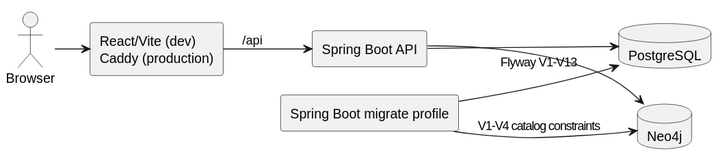
SEP490-Fall-2026-GFA26SE64/SEP490 keeps this PlantUML diagram as documents/diagrams/runtime-topology.svg. Above is the earlier version. Source of this version:
```plantuml
@startuml
!pragma layout smetana
left to right direction
skinparam componentStyle rectangle
skinparam shadowing false

actor Browser
component "React/Vite (dev)\nCaddy (production)" as Web
component "Spring Boot API" as API
component "Spring Boot migrate profile" as Migrate
database "PostgreSQL" as PG
database "Neo4j" as Graph

Browser --> Web
Web --> API : /api
API --> PG
API --> Graph
Migrate --> PG : Flyway V1-V6
Migrate --> Graph : V5 catalog constraints
@enduml
```
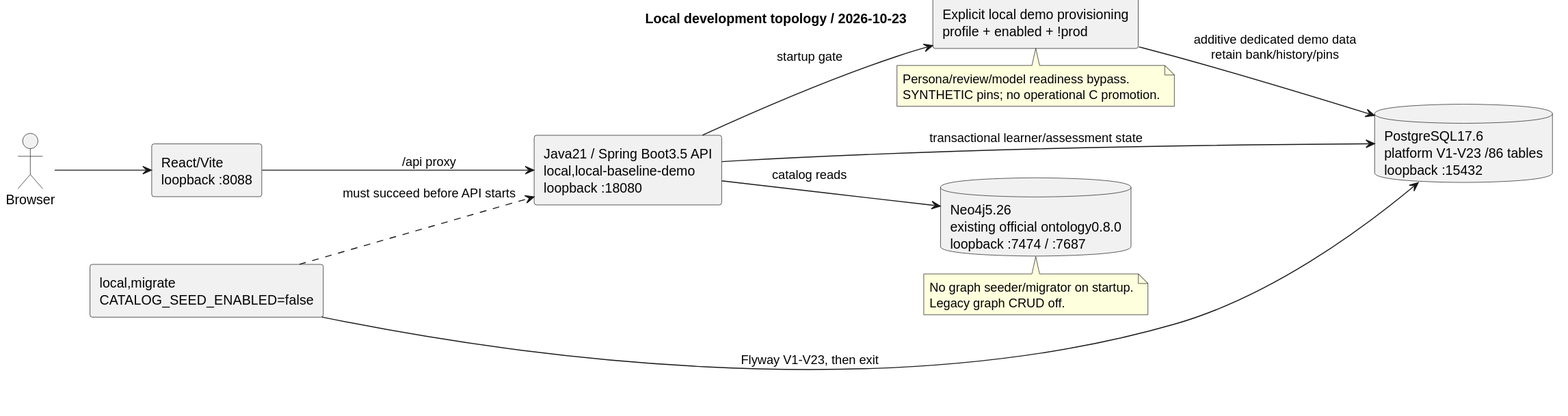
The same diagram one commit later.

Change to the diagram source:
```diff
@@ -3,18 +3,28 @@
 left to right direction
 skinparam componentStyle rectangle
 skinparam shadowing false
-
+title Local development topology / 2026-10-23
 actor Browser
-component "React/Vite (dev)\nCaddy (production)" as Web
-component "Spring Boot API" as API
-component "Spring Boot migrate profile" as Migrate
-database "PostgreSQL" as PG
-database "Neo4j" as Graph
-
+component "React/Vite\nloopback :8088" as Web
+component "Java21 / Spring Boot3.5 API\nlocal,local-baseline-demo\nloopback :18080" as API
+component "local,migrate\nCATALOG_SEED_ENABLED=false" as Migrate
+component "Explicit local demo provisioning\nprofile + enabled + !prod" as Demo
+database "PostgreSQL17.6\nplatform V1-V23 /86 tables\nloopback :15432" as PG
+database "Neo4j5.26\nexisting official ontology0.8.0\nloopback :7474 / :7687" as Graph
 Browser --> Web
-Web --> API : /api
-API --> PG
-API --> Graph
-Migrate --> PG : Flyway V1-V6
-Migrate --> Graph : V5 catalog constraints
+Web --> API : /api proxy
+Migrate --> PG : Flyway V1-V23, then exit
+Migrate ..> API : must succeed before API starts
+API --> PG : transactional learner/assessment state
+API --> Graph : catalog reads
+API --> Demo : startup gate
+Demo --> PG : additive dedicated demo data\nretain bank/history/pins
+note bottom of Graph
+No graph seeder/migrator on startup.
+Legacy graph CRUD off.
+end note
+note bottom of Demo
+Persona/review/model readiness bypass.
+SYNTHETIC pins; no operational C promotion.
+end note
 @enduml
```
